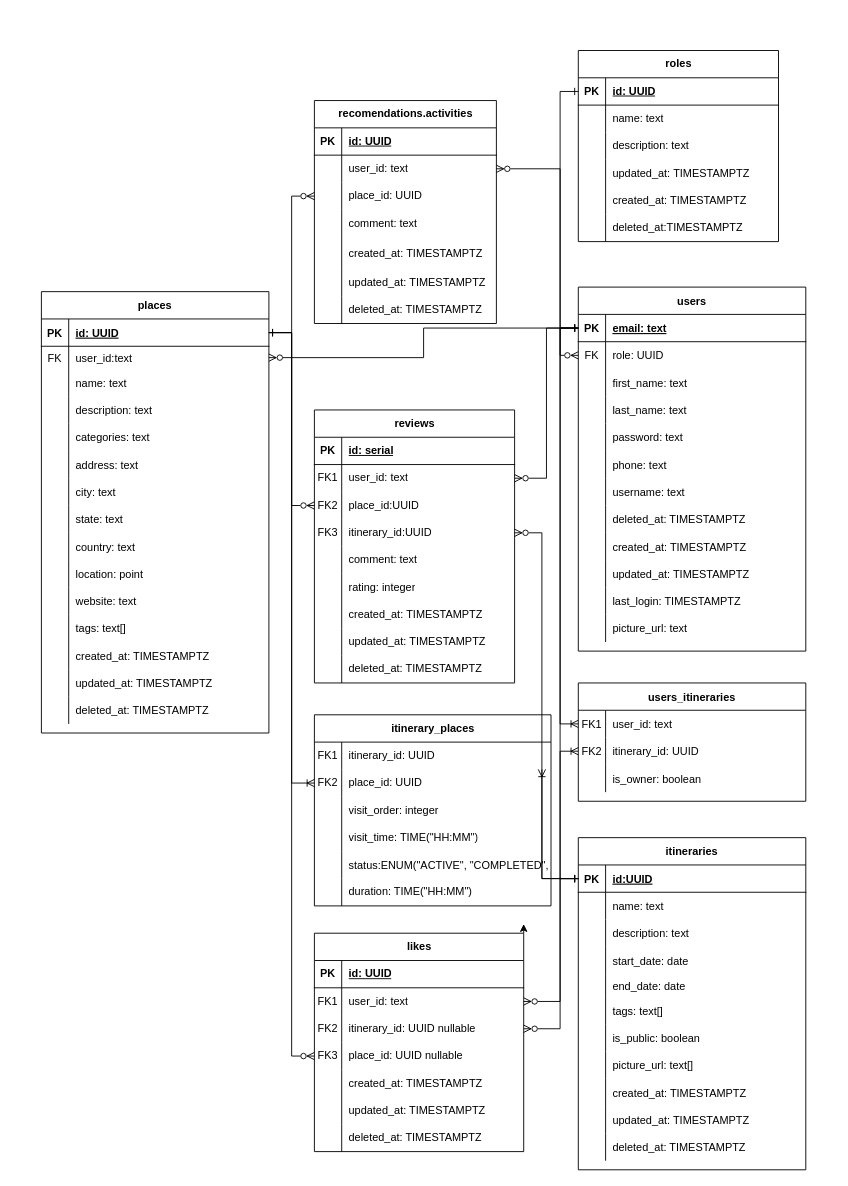
Before: documents/entity-relation-diagram.drawio in AxelUtrera/JourneymateV2_API, a draw.io diagram. Source tidied: cells renumbered, new cells numbered last; positions are measured from the earlier drawing's top-left corner, leaving out a move shared by most shapes. Both pictures are drawn from the tidied source at 91%, with x=0, y=0 at pixel (41, 50).
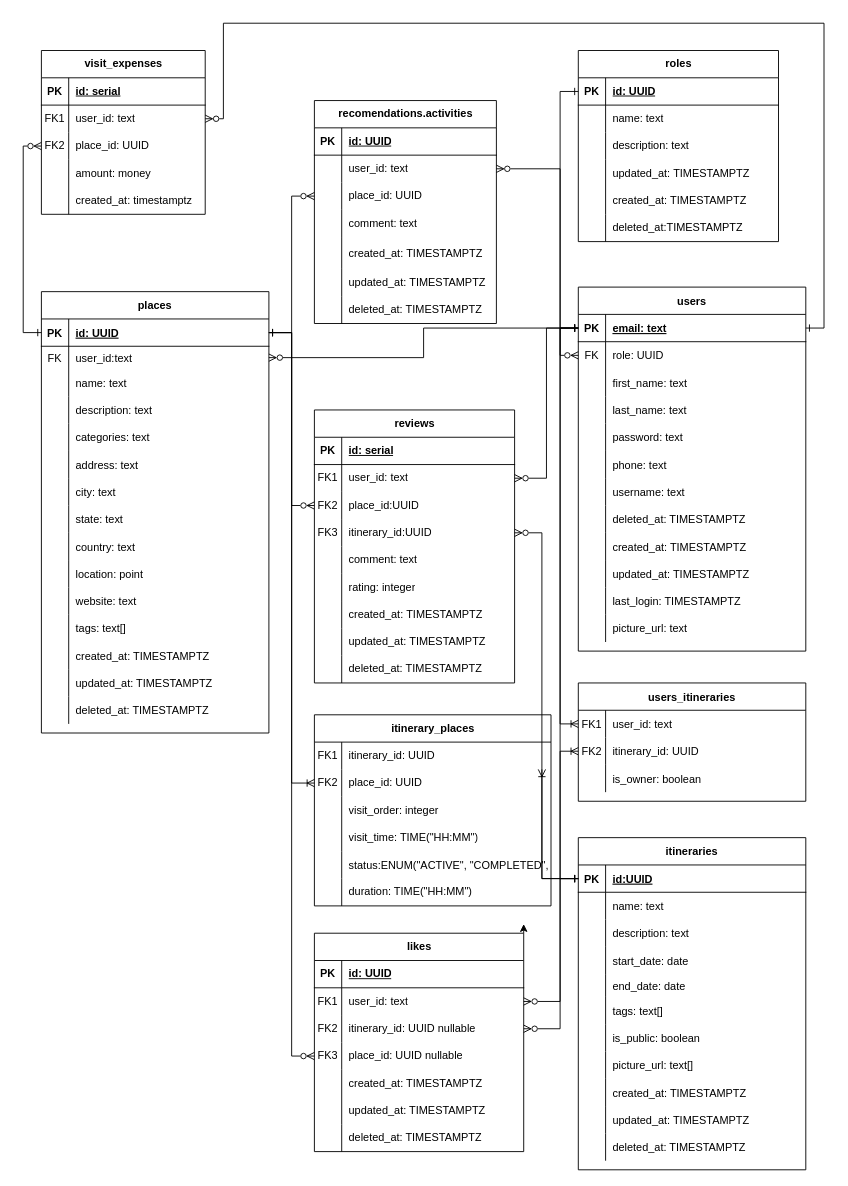
Above is the later version.

Commit message (it also covers changes not shown here):
feat(database): added visit-expense entity

Unchanged cells that the change refers to:
```xml
<mxCell id="3" style="shape=partialRectangle;fillColor=none;points=[[0,0.5],[1,0.5]];portConstraint=eastwest;top=0;left=0;right=0;bottom=1;" parent="2" vertex="1">
  <mxGeometry y="30" width="250" height="30" as="geometry" />
</mxCell>
<mxCell id="83" style="shape=partialRectangle;fillColor=none;points=[[0,0.5],[1,0.5]];portConstraint=eastwest;top=0;left=0;right=0;bottom=1;" parent="82" vertex="1">
  <mxGeometry y="30" width="250" height="30" as="geometry" />
</mxCell>
```

Diff of the diagram source:
```diff
@@
+    <mxCell id="254" value="visit_expenses" style="shape=table;startSize=30;childLayout=tableLayout;rowLines=0;fontStyle=1;align=center;html=1;" parent="1" vertex="1">
+      <mxGeometry width="180" height="180" as="geometry" />
+    </mxCell>
+    <mxCell id="255" style="shape=tableRow;horizontal=0;startSize=0;swimlaneHead=0;swimlaneBody=0;fillColor=none;top=0;left=0;right=0;bottom=1;" parent="254" vertex="1">
+      <mxGeometry y="30" width="180" height="30" as="geometry" />
+    </mxCell>
+    <mxCell id="256" value="PK" style="shape=partialRectangle;fillColor=none;top=0;left=0;bottom=0;right=0;fontStyle=1;overflow=hidden;whiteSpace=wrap;html=1;" parent="255" vertex="1">
+      <mxGeometry width="30" height="30" as="geometry" />
+    </mxCell>
+    <mxCell id="257" value="id: serial&lt;span style=&quot;white-space: pre;&quot;&gt;&#9;&lt;/span&gt;&lt;span style=&quot;white-space: pre;&quot;&gt;&#9;&lt;/span&gt;" style="shape=partialRectangle;fillColor=none;top=0;left=0;bottom=0;right=0;align=left;spacingLeft=6;fontStyle=5;overflow=hidden;whiteSpace=wrap;html=1;" parent="255" vertex="1">
+      <mxGeometry x="30" width="150" height="30" as="geometry" />
+    </mxCell>
+    <mxCell id="258" style="shape=tableRow;horizontal=0;startSize=0;swimlaneHead=0;swimlaneBody=0;fillColor=none;points=[[0,0.5],[1,0.5]];portConstraint=eastwest;top=0;left=0;right=0;bottom=0;" parent="254" vertex="1">
+      <mxGeometry y="60" width="180" height="30" as="geometry" />
+    </mxCell>
+    <mxCell id="259" value="FK1" style="shape=partialRectangle;fillColor=none;top=0;left=0;bottom=0;right=0;overflow=hidden;whiteSpace=wrap;html=1;" parent="258" vertex="1">
+      <mxGeometry width="30" height="30" as="geometry" />
+    </mxCell>
+    <mxCell id="260" value="user_id: text" style="shape=partialRectangle;fillColor=none;top=0;left=0;bottom=0;right=0;align=left;spacingLeft=6;overflow=hidden;whiteSpace=wrap;html=1;" parent="258" vertex="1">
+      <mxGeometry x="30" width="150" height="30" as="geometry" />
+    </mxCell>
+    <mxCell id="261" style="shape=tableRow;horizontal=0;startSize=0;swimlaneHead=0;swimlaneBody=0;fillColor=none;points=[[0,0.5],[1,0.5]];portConstraint=eastwest;top=0;left=0;right=0;bottom=0;" parent="254" vertex="1">
+      <mxGeometry y="90" width="180" height="30" as="geometry" />
+    </mxCell>
+    <mxCell id="262" value="FK2" style="shape=partialRectangle;fillColor=none;top=0;left=0;bottom=0;right=0;overflow=hidden;whiteSpace=wrap;html=1;" parent="261" vertex="1">
+      <mxGeometry width="30" height="30" as="geometry" />
+    </mxCell>
+    <mxCell id="263" value="place_id: UUID" style="shape=partialRectangle;fillColor=none;top=0;left=0;bottom=0;right=0;align=left;spacingLeft=6;overflow=hidden;whiteSpace=wrap;html=1;" parent="261" vertex="1">
+      <mxGeometry x="30" width="150" height="30" as="geometry" />
+    </mxCell>
+    <mxCell id="264" style="shape=tableRow;horizontal=0;startSize=0;swimlaneHead=0;swimlaneBody=0;fillColor=none;top=0;left=0;right=0;bottom=0;" parent="254" vertex="1">
+      <mxGeometry y="120" width="180" height="30" as="geometry" />
+    </mxCell>
+    <mxCell id="265" style="shape=partialRectangle;fillColor=none;top=0;left=0;bottom=0;right=0;overflow=hidden;whiteSpace=wrap;html=1;" parent="264" vertex="1">
+      <mxGeometry width="30" height="30" as="geometry" />
+    </mxCell>
+    <mxCell id="266" value="amount: money" style="shape=partialRectangle;fillColor=none;top=0;left=0;bottom=0;right=0;align=left;spacingLeft=6;overflow=hidden;whiteSpace=wrap;html=1;" parent="264" vertex="1">
+      <mxGeometry x="30" width="150" height="30" as="geometry" />
+    </mxCell>
+    <mxCell id="267" style="shape=tableRow;horizontal=0;startSize=0;swimlaneHead=0;swimlaneBody=0;fillColor=none;top=0;left=0;right=0;bottom=0;" parent="254" vertex="1">
+      <mxGeometry y="150" width="180" height="30" as="geometry" />
+    </mxCell>
+    <mxCell id="268" style="shape=partialRectangle;fillColor=none;top=0;left=0;bottom=0;right=0;overflow=hidden;whiteSpace=wrap;html=1;" parent="267" vertex="1">
+      <mxGeometry width="30" height="30" as="geometry" />
+    </mxCell>
+    <mxCell id="269" value="created_at: timestamptz" style="shape=partialRectangle;fillColor=none;top=0;left=0;bottom=0;right=0;align=left;spacingLeft=6;overflow=hidden;whiteSpace=wrap;html=1;" parent="267" vertex="1">
+      <mxGeometry x="30" width="150" height="30" as="geometry" />
+    </mxCell>
+    <mxCell id="270" style="edgeStyle=orthogonalEdgeStyle;rounded=0;jettySize=auto;html=1;entryX=0;entryY=0.5;entryDx=0;entryDy=0;endArrow=ERzeroToMany;endFill=0;startArrow=ERone;startFill=0;" parent="1" edge="1" source="3" target="261">
+      <mxGeometry relative="1" as="geometry" />
+    </mxCell>
+    <mxCell id="271" style="edgeStyle=orthogonalEdgeStyle;rounded=0;jettySize=auto;html=1;entryX=1;entryY=0.5;entryDx=0;entryDy=0;exitX=1;exitY=0.5;exitDx=0;exitDy=0;endArrow=ERone;endFill=0;startArrow=ERzeroToMany;startFill=0;" parent="1" edge="1" source="258" target="83">
+      <mxGeometry relative="1" as="geometry">
+        <Array as="points">
+          <mxPoint x="200" y="75" />
+          <mxPoint x="200" y="-30" />
+          <mxPoint x="860" y="-30" />
+          <mxPoint x="860" y="305" />
+        </Array>
+      </mxGeometry>
+    </mxCell>
```
